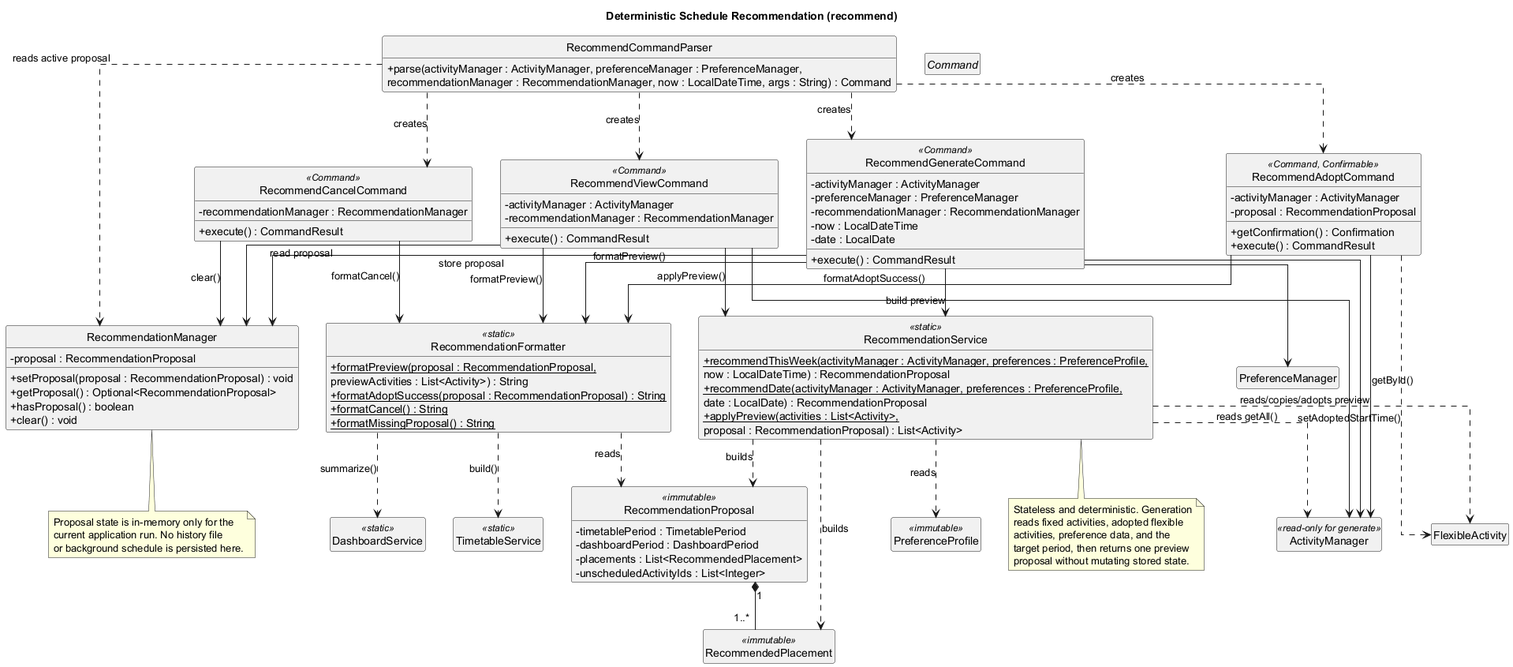
Earlier version of the PlantUML export docs/diagrams/class/RecommendationClassDiagram.png (lukelouyu/SelfTeamProject). Source of this version:
```plantuml
@startuml
title Deterministic Schedule Recommendation (recommend)

skinparam classAttributeIconSize 0
skinparam linetype ortho
skinparam shadowing false
hide circle
hide empty members

class RecommendCommandParser {
  + parse(activityManager : ActivityManager, preferenceManager : PreferenceManager,
      recommendationManager : RecommendationManager, now : LocalDateTime, args : String) : Command
}

abstract class Command

class RecommendGenerateCommand <<Command>> {
  - activityManager : ActivityManager
  - preferenceManager : PreferenceManager
  - recommendationManager : RecommendationManager
  - now : LocalDateTime
  - date : LocalDate
  + execute() : CommandResult
}

class RecommendViewCommand <<Command>> {
  - activityManager : ActivityManager
  - recommendationManager : RecommendationManager
  + execute() : CommandResult
}

class RecommendCancelCommand <<Command>> {
  - recommendationManager : RecommendationManager
  + execute() : CommandResult
}

class RecommendAdoptCommand <<Command, Confirmable>> {
  - activityManager : ActivityManager
  - proposal : RecommendationProposal
  + getConfirmation() : Confirmation
  + execute() : CommandResult
}

class RecommendationManager {
  - proposal : RecommendationProposal
  + setProposal(proposal : RecommendationProposal) : void
  + getProposal() : Optional<RecommendationProposal>
  + hasProposal() : boolean
  + clear() : void
}

class RecommendationService <<static>> {
  + {static} recommendThisWeek(activityManager : ActivityManager, preferences : PreferenceProfile,
      now : LocalDateTime) : RecommendationProposal
  + {static} recommendDate(activityManager : ActivityManager, preferences : PreferenceProfile,
      date : LocalDate) : RecommendationProposal
  + {static} applyPreview(activities : List<Activity>,
      proposal : RecommendationProposal) : List<Activity>
}

class RecommendationFormatter <<static>> {
  + {static} formatPreview(proposal : RecommendationProposal,
      previewActivities : List<Activity>) : String
  + {static} formatAdoptSuccess(proposal : RecommendationProposal) : String
  + {static} formatCancel() : String
  + {static} formatMissingProposal() : String
}

class RecommendationProposal <<immutable>> {
  - timetablePeriod : TimetablePeriod
  - dashboardPeriod : DashboardPeriod
  - placements : List<RecommendedPlacement>
  - unscheduledActivityIds : List<Integer>
}

class RecommendedPlacement <<immutable>>

class ActivityManager <<read-only for generate>>
class PreferenceManager
class PreferenceProfile <<immutable>>
class FlexibleActivity
class TimetableService <<static>>
class DashboardService <<static>>

RecommendCommandParser ..> RecommendGenerateCommand : creates
RecommendCommandParser ..> RecommendViewCommand : creates
RecommendCommandParser ..> RecommendCancelCommand : creates
RecommendCommandParser ..> RecommendAdoptCommand : creates
RecommendCommandParser ..> RecommendationManager : reads active proposal

RecommendGenerateCommand --> RecommendationService : build preview
RecommendGenerateCommand --> RecommendationManager : store proposal
RecommendGenerateCommand --> RecommendationFormatter : formatPreview()
RecommendGenerateCommand --> ActivityManager
RecommendGenerateCommand --> PreferenceManager

RecommendViewCommand --> RecommendationManager : read proposal
RecommendViewCommand --> RecommendationService : applyPreview()
RecommendViewCommand --> RecommendationFormatter : formatPreview()
RecommendViewCommand --> ActivityManager

RecommendCancelCommand --> RecommendationManager : clear()
RecommendCancelCommand --> RecommendationFormatter : formatCancel()

RecommendAdoptCommand --> ActivityManager : getById()
RecommendAdoptCommand ..> FlexibleActivity : setAdoptedStartTime()
RecommendAdoptCommand --> RecommendationFormatter : formatAdoptSuccess()

RecommendationService ..> ActivityManager : reads getAll()
RecommendationService ..> PreferenceProfile : reads
RecommendationService ..> RecommendationProposal : builds
RecommendationService ..> RecommendedPlacement : builds
RecommendationService ..> FlexibleActivity : reads/copies/adopts preview
RecommendationFormatter ..> TimetableService : build()
RecommendationFormatter ..> DashboardService : summarize()
RecommendationFormatter ..> RecommendationProposal : reads
RecommendationProposal "1" *-- "1..*" RecommendedPlacement

note bottom of RecommendationManager
  Proposal state is in-memory only for the
  current application run. No history file
  or background schedule is persisted here.
end note

note bottom of RecommendationService
  Stateless and deterministic. Generation
  reads fixed activities, adopted flexible
  activities, preference data, and the
  target period, then returns one preview
  proposal without mutating stored state.
end note

@enduml
```
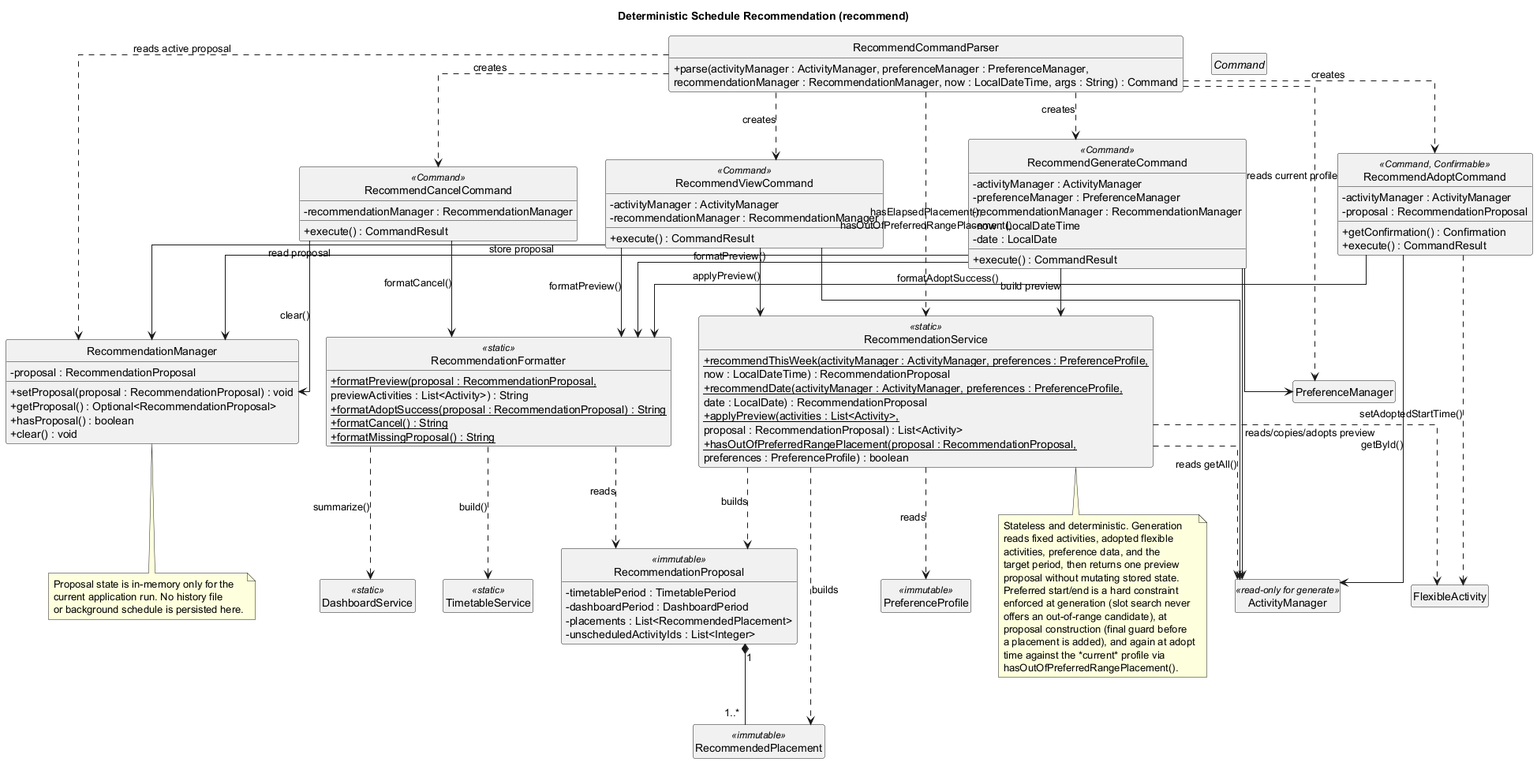
The same file after the commit.

Commit message:
docs: regenerate recommendation diagram PNGs from updated PUML sources

The edit, as a diff of the source:
```diff
@@ -56,6 +56,8 @@
       date : LocalDate) : RecommendationProposal
   + {static} applyPreview(activities : List<Activity>,
       proposal : RecommendationProposal) : List<Activity>
+  + {static} hasOutOfPreferredRangePlacement(proposal : RecommendationProposal,
+      preferences : PreferenceProfile) : boolean
 }
 
 class RecommendationFormatter <<static>> {
@@ -87,6 +89,8 @@
 RecommendCommandParser ..> RecommendCancelCommand : creates
 RecommendCommandParser ..> RecommendAdoptCommand : creates
 RecommendCommandParser ..> RecommendationManager : reads active proposal
+RecommendCommandParser ..> PreferenceManager : reads current profile
+RecommendCommandParser ..> RecommendationService : hasElapsedPlacement(),\nhasOutOfPreferredRangePlacement()
 
 RecommendGenerateCommand --> RecommendationService : build preview
 RecommendGenerateCommand --> RecommendationManager : store proposal
@@ -128,6 +132,13 @@
   activities, preference data, and the
   target period, then returns one preview
   proposal without mutating stored state.
+  Preferred start/end is a hard constraint
+  enforced at generation (slot search never
+  offers an out-of-range candidate), at
+  proposal construction (final guard before
+  a placement is added), and again at adopt
+  time against the *current* profile via
+  hasOutOfPreferredRangePlacement().
 end note
 
 @enduml
```
